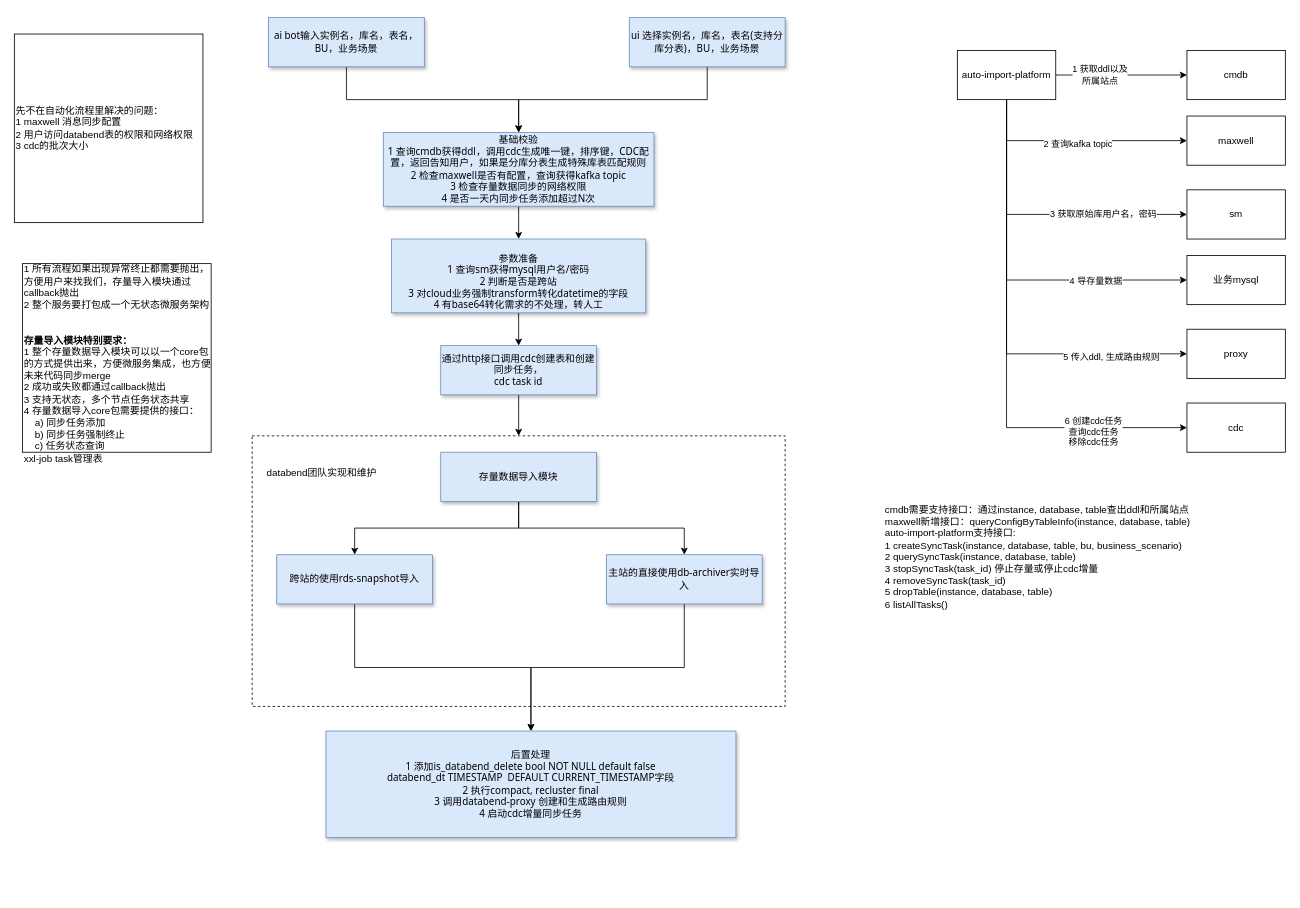
This is doc/databend自动化数据导入流程.drawio from jackjoesh/databend, a draw.io file, before an edit. Source tidied: cells renumbered, new cells numbered last; positions are measured from the earlier drawing's top-left corner, leaving out a move shared by most shapes. Both pictures are drawn from the tidied source at 82%, with x=0, y=0 at pixel (14, 17).
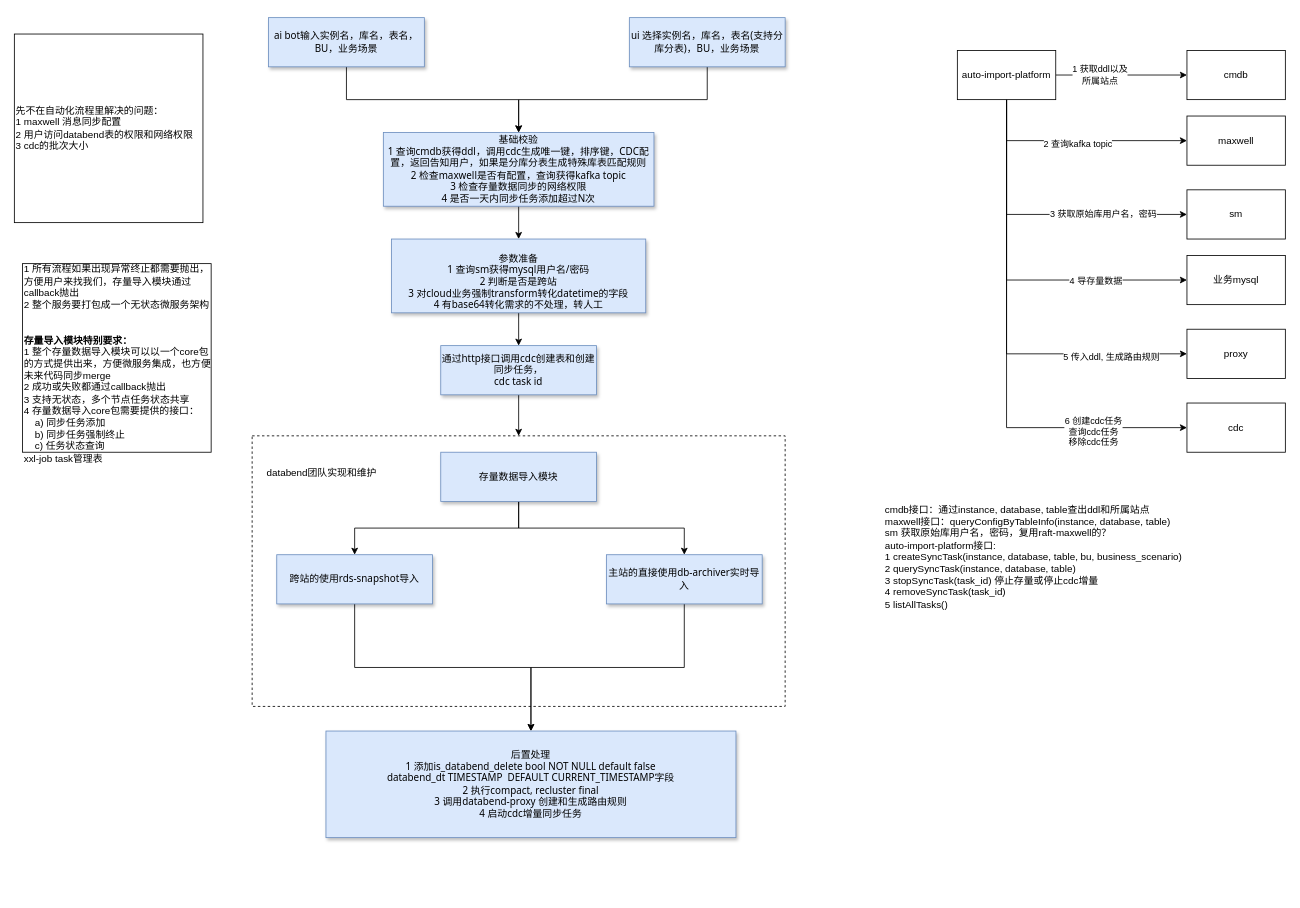
After the change.

Commit message:
更新databend自动化数据导入流程.drawio

Diff of the diagram source:
```diff
@@
-    <mxCell id="44" value="&lt;div&gt;cmdb需要支持接口：通过instance, database, table查出ddl和所属站点&lt;/div&gt;maxwell新增接口：queryConfigByTableInfo(instance, database, table)&lt;div&gt;auto-import-platform支持接口:&amp;nbsp;&lt;/div&gt;&lt;div&gt;1 createSyncTask(&lt;span style=&quot;background-color: transparent; color: light-dark(rgb(0, 0, 0), rgb(255, 255, 255));&quot;&gt;instance, database, table, bu,&amp;nbsp;&lt;/span&gt;&lt;span style=&quot;background-color: transparent;&quot;&gt;business_scenario&lt;/span&gt;&lt;span style=&quot;background-color: transparent; color: light-dark(rgb(0, 0, 0), rgb(255, 255, 255));&quot;&gt;)&lt;/span&gt;&lt;/div&gt;&lt;div&gt;&lt;span style=&quot;background-color: transparent; color: light-dark(rgb(0, 0, 0), rgb(255, 255, 255));&quot;&gt;2 querySyncTask&lt;/span&gt;&lt;span style=&quot;background-color: transparent; color: light-dark(rgb(0, 0, 0), rgb(255, 255, 255));&quot;&gt;(&lt;/span&gt;&lt;span style=&quot;background-color: transparent; color: light-dark(rgb(0, 0, 0), rgb(255, 255, 255));&quot;&gt;instance, database, table&lt;/span&gt;&lt;span style=&quot;background-color: transparent; color: light-dark(rgb(0, 0, 0), rgb(255, 255, 255));&quot;&gt;)&lt;/span&gt;&lt;/div&gt;&lt;div&gt;&lt;span style=&quot;background-color: transparent; color: light-dark(rgb(0, 0, 0), rgb(255, 255, 255));&quot;&gt;3 stop&lt;/span&gt;&lt;span style=&quot;background-color: transparent; color: light-dark(rgb(0, 0, 0), rgb(255, 255, 255));&quot;&gt;SyncTask&lt;/span&gt;&lt;span style=&quot;background-color: transparent; color: light-dark(rgb(0, 0, 0), rgb(255, 255, 255));&quot;&gt;(task_id&lt;/span&gt;&lt;span style=&quot;background-color: transparent; color: light-dark(rgb(0, 0, 0), rgb(255, 255, 255));&quot;&gt;) 停止存量或停止cdc增量&lt;/span&gt;&lt;/div&gt;&lt;div&gt;&lt;span style=&quot;background-color: transparent; color: light-dark(rgb(0, 0, 0), rgb(255, 255, 255));&quot;&gt;4 removeSyncTask&lt;/span&gt;&lt;span style=&quot;background-color: transparent; color: light-dark(rgb(0, 0, 0), rgb(255, 255, 255));&quot;&gt;(task_id&lt;/span&gt;&lt;span style=&quot;background-color: transparent; color: light-dark(rgb(0, 0, 0), rgb(255, 255, 255));&quot;&gt;)&amp;nbsp;&lt;/span&gt;&lt;/div&gt;&lt;div&gt;&lt;span style=&quot;background-color: transparent; color: light-dark(rgb(0, 0, 0), rgb(255, 255, 255));&quot;&gt;5 dropTable(&lt;/span&gt;&lt;span style=&quot;background-color: transparent; color: light-dark(rgb(0, 0, 0), rgb(255, 255, 255));&quot;&gt;instance, database, table&lt;/span&gt;&lt;span style=&quot;background-color: transparent; color: light-dark(rgb(0, 0, 0), rgb(255, 255, 255));&quot;&gt;)&lt;/span&gt;&lt;/div&gt;&lt;div&gt;&lt;span style=&quot;background-color: transparent; color: light-dark(rgb(0, 0, 0), rgb(255, 255, 255));&quot;&gt;6 listAllTasks()&lt;/span&gt;&lt;/div&gt;&lt;div&gt;&lt;span style=&quot;background-color: transparent; color: light-dark(rgb(0, 0, 0), rgb(255, 255, 255));&quot;&gt;&lt;br&gt;&lt;/span&gt;&lt;/div&gt;" style="text;html=1;align=left;verticalAlign=middle;whiteSpace=wrap;rounded=0;" parent="1" vertex="1">
+    <mxCell id="44" value="&lt;div&gt;cmdb接口：通过instance, database, table查出ddl和所属站点&lt;/div&gt;maxwell接口：queryConfigByTableInfo(instance, database, table)&lt;div&gt;sm 获取原始库用户名，密码，复用raft-maxwell的？&lt;br&gt;&lt;div&gt;auto-import-platform接口:&amp;nbsp;&lt;/div&gt;&lt;div&gt;1 createSyncTask(&lt;span style=&quot;background-color: transparent; color: light-dark(rgb(0, 0, 0), rgb(255, 255, 255));&quot;&gt;instance, database, table, bu,&amp;nbsp;&lt;/span&gt;&lt;span style=&quot;background-color: transparent;&quot;&gt;business_scenario&lt;/span&gt;&lt;span style=&quot;background-color: transparent; color: light-dark(rgb(0, 0, 0), rgb(255, 255, 255));&quot;&gt;)&lt;/span&gt;&lt;/div&gt;&lt;div&gt;&lt;span style=&quot;background-color: transparent; color: light-dark(rgb(0, 0, 0), rgb(255, 255, 255));&quot;&gt;2 querySyncTask&lt;/span&gt;&lt;span style=&quot;background-color: transparent; color: light-dark(rgb(0, 0, 0), rgb(255, 255, 255));&quot;&gt;(&lt;/span&gt;&lt;span style=&quot;background-color: transparent; color: light-dark(rgb(0, 0, 0), rgb(255, 255, 255));&quot;&gt;instance, database, table&lt;/span&gt;&lt;span style=&quot;background-color: transparent; color: light-dark(rgb(0, 0, 0), rgb(255, 255, 255));&quot;&gt;)&lt;/span&gt;&lt;/div&gt;&lt;div&gt;&lt;span style=&quot;background-color: transparent; color: light-dark(rgb(0, 0, 0), rgb(255, 255, 255));&quot;&gt;3 stop&lt;/span&gt;&lt;span style=&quot;background-color: transparent; color: light-dark(rgb(0, 0, 0), rgb(255, 255, 255));&quot;&gt;SyncTask&lt;/span&gt;&lt;span style=&quot;background-color: transparent; color: light-dark(rgb(0, 0, 0), rgb(255, 255, 255));&quot;&gt;(task_id&lt;/span&gt;&lt;span style=&quot;background-color: transparent; color: light-dark(rgb(0, 0, 0), rgb(255, 255, 255));&quot;&gt;) 停止存量或停止cdc增量&lt;/span&gt;&lt;/div&gt;&lt;div&gt;&lt;span style=&quot;background-color: transparent; color: light-dark(rgb(0, 0, 0), rgb(255, 255, 255));&quot;&gt;4 removeSyncTask&lt;/span&gt;&lt;span style=&quot;background-color: transparent; color: light-dark(rgb(0, 0, 0), rgb(255, 255, 255));&quot;&gt;(task_id&lt;/span&gt;&lt;span style=&quot;background-color: transparent; color: light-dark(rgb(0, 0, 0), rgb(255, 255, 255));&quot;&gt;)&amp;nbsp;&lt;/span&gt;&lt;/div&gt;&lt;div&gt;&lt;span style=&quot;background-color: transparent; color: light-dark(rgb(0, 0, 0), rgb(255, 255, 255));&quot;&gt;5 listAllTasks()&lt;/span&gt;&lt;/div&gt;&lt;div&gt;&lt;span style=&quot;background-color: transparent; color: light-dark(rgb(0, 0, 0), rgb(255, 255, 255));&quot;&gt;&lt;br&gt;&lt;/span&gt;&lt;/div&gt;&lt;/div&gt;" style="text;html=1;align=left;verticalAlign=middle;whiteSpace=wrap;rounded=0;" parent="1" vertex="1">
       <mxGeometry x="1060" y="540" width="400" height="250" as="geometry" />
     </mxCell>
```
